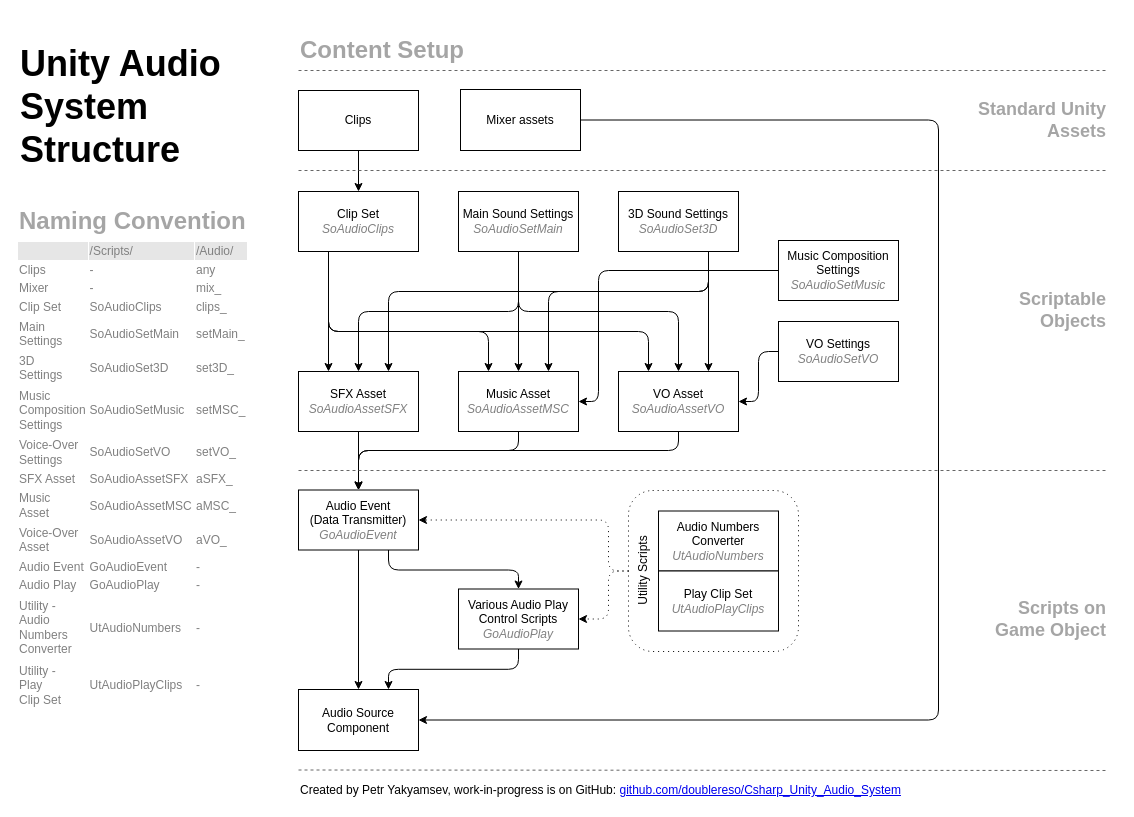
Above: Unity_Audio_System_diagram.drawio in doublereso/Csharp_Unity_Audio_System (draw.io), before the change. Source tidied: cells renumbered, new cells numbered last; positions are measured from the earlier drawing's top-left corner, leaving out a move shared by most shapes. Both pictures are drawn from the tidied source at 100%, with x=0, y=0 at pixel (17, 30).
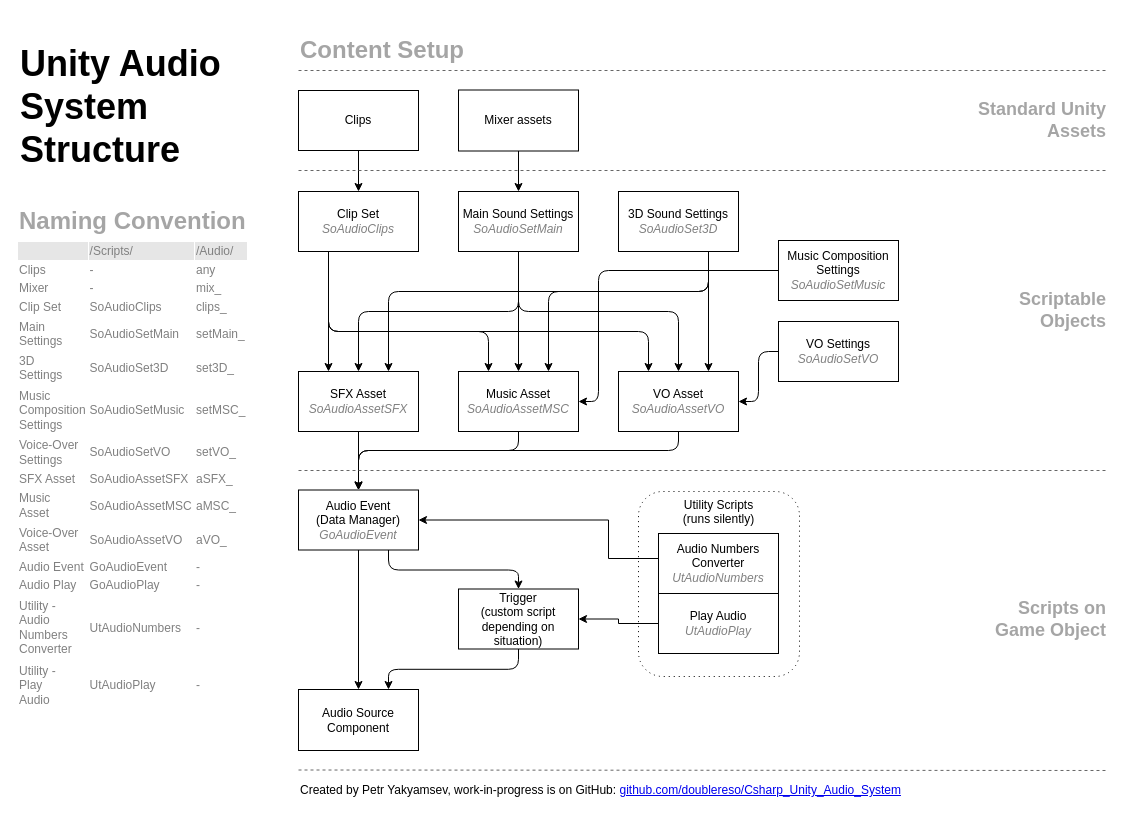
The same page after the edit.

Unchanged cells that the change refers to:
```xml
<mxCell id="20" value="Main&amp;nbsp;Sound Settings&lt;br&gt;&lt;span style=&quot;color: rgb(128 , 128 , 128) ; text-align: left ; white-space: nowrap&quot;&gt;&lt;i&gt;SoAudioSetMain&lt;/i&gt;&lt;/span&gt;" style="rounded=0;whiteSpace=wrap;html=1;" parent="1" vertex="1">
  <mxGeometry x="441" y="161" width="120" height="60" as="geometry" />
</mxCell>
<mxCell id="28" value="Audio Source Component" style="rounded=0;whiteSpace=wrap;html=1;" parent="1" vertex="1">
  <mxGeometry x="281" y="659" width="120" height="61" as="geometry" />
</mxCell>
```

Change to the diagram source:
```diff
@@
-    <mxCell id="2" value="Utility Scripts" style="rounded=1;whiteSpace=wrap;html=1;dashed=1;dashPattern=1 4;align=center;verticalAlign=top;horizontal=0;perimeterSpacing=0;" parent="1" vertex="1">
-      <mxGeometry x="611" y="460" width="170" height="161" as="geometry" />
+    <mxCell id="2" value="Utility Scripts&lt;br&gt;(runs silently)" style="rounded=1;whiteSpace=wrap;html=1;dashed=1;dashPattern=1 4;align=center;verticalAlign=top;horizontal=0;perimeterSpacing=0;rotation=90;" parent="1" vertex="1">
+      <mxGeometry x="609" y="473" width="185" height="161" as="geometry" />
     </mxCell>
@@
-    <mxCell id="29" style="edgeStyle=orthogonalEdgeStyle;rounded=1;jettySize=auto;html=1;exitX=1;exitY=0.5;exitDx=0;exitDy=0;entryX=1;entryY=0.5;entryDx=0;entryDy=0;" parent="1" edge="1" source="30" target="28">
-      <mxGeometry relative="1" as="geometry">
-        <Array as="points">
-          <mxPoint x="921" y="90" />
-          <mxPoint x="921" y="690" />
-        </Array>
-      </mxGeometry>
-    </mxCell>
     <mxCell id="30" value="Mixer assets" style="rounded=0;whiteSpace=wrap;html=1;" parent="1" vertex="1">
-      <mxGeometry x="443" y="59" width="120" height="61" as="geometry" />
+      <mxGeometry x="441" y="59.5" width="120" height="61" as="geometry" />
     </mxCell>
@@
-    <mxCell id="38" value="Various Audio Play Control Scripts&lt;br&gt;&lt;span style=&quot;color: rgb(128 , 128 , 128) ; text-align: left ; white-space: nowrap&quot;&gt;&lt;i&gt;GoAudioPlay&lt;/i&gt;&lt;/span&gt;" style="rounded=0;whiteSpace=wrap;html=1;" parent="1" vertex="1">
+    <mxCell id="38" value="Trigger&lt;br&gt;(custom script depending on situation)" style="rounded=0;whiteSpace=wrap;html=1;" parent="1" vertex="1">
       <mxGeometry x="441" y="558.5" width="120" height="60" as="geometry" />
     </mxCell>
@@
-    <mxCell id="43" value="Audio Event&lt;br&gt;(Data Transmitter)&lt;br&gt;&lt;span style=&quot;color: rgb(128 , 128 , 128) ; text-align: left ; white-space: nowrap&quot;&gt;&lt;i&gt;GoAudioEvent&lt;/i&gt;&lt;/span&gt;" style="rounded=0;whiteSpace=wrap;html=1;" parent="1" vertex="1">
+    <mxCell id="43" value="Audio Event&lt;br&gt;(Data Manager)&lt;br&gt;&lt;span style=&quot;color: rgb(128 , 128 , 128) ; text-align: left ; white-space: nowrap&quot;&gt;&lt;i&gt;GoAudioEvent&lt;/i&gt;&lt;/span&gt;" style="rounded=0;whiteSpace=wrap;html=1;" parent="1" vertex="1">
       <mxGeometry x="281" y="459.5" width="120" height="60" as="geometry" />
     </mxCell>
@@
+    <mxCell id="52" style="edgeStyle=orthogonalEdgeStyle;rounded=0;jettySize=auto;html=1;exitX=0;exitY=0.5;exitDx=0;exitDy=0;entryX=1;entryY=0.5;entryDx=0;entryDy=0;" parent="1" edge="1" source="45" target="43">
+      <mxGeometry relative="1" as="geometry">
+        <Array as="points">
+          <mxPoint x="591" y="528" />
+          <mxPoint x="591" y="489" />
+        </Array>
+      </mxGeometry>
+    </mxCell>
     <mxCell id="45" value="Audio Numbers Converter&lt;br&gt;&lt;span style=&quot;color: rgb(128 , 128 , 128) ; text-align: left ; white-space: nowrap&quot;&gt;&lt;i&gt;UtAudioNumbers&lt;/i&gt;&lt;/span&gt;" style="rounded=0;whiteSpace=wrap;html=1;" parent="1" vertex="1">
-      <mxGeometry x="641" y="480.5" width="120" height="60" as="geometry" />
+      <mxGeometry x="641" y="503" width="120" height="60" as="geometry" />
     </mxCell>
+    <mxCell id="53" style="edgeStyle=orthogonalEdgeStyle;rounded=0;jettySize=auto;html=1;exitX=0;exitY=0.5;exitDx=0;exitDy=0;entryX=1;entryY=0.5;entryDx=0;entryDy=0;" parent="1" edge="1" source="46" target="38">
+      <mxGeometry relative="1" as="geometry" />
+    </mxCell>
-    <mxCell id="46" value="Play Clip Set&lt;br&gt;&lt;span style=&quot;color: rgb(128 , 128 , 128) ; text-align: left ; white-space: nowrap&quot;&gt;&lt;i&gt;UtAudioPlayClips&lt;/i&gt;&lt;/span&gt;" style="rounded=0;whiteSpace=wrap;html=1;" parent="1" vertex="1">
-      <mxGeometry x="641" y="540.5" width="120" height="60" as="geometry" />
+    <mxCell id="46" value="Play Audio&lt;br&gt;&lt;span style=&quot;color: rgb(128 , 128 , 128) ; text-align: left ; white-space: nowrap&quot;&gt;&lt;i&gt;UtAudioPlay&lt;/i&gt;&lt;/span&gt;" style="rounded=0;whiteSpace=wrap;html=1;" parent="1" vertex="1">
+      <mxGeometry x="641" y="563" width="120" height="60" as="geometry" />
     </mxCell>
-    <mxCell id="47" style="edgeStyle=orthogonalEdgeStyle;rounded=1;jettySize=auto;html=1;exitX=0;exitY=0.5;exitDx=0;exitDy=0;entryX=1;entryY=0.5;entryDx=0;entryDy=0;dashed=1;dashPattern=1 4;" parent="1" edge="1" source="2" target="43">
-      <mxGeometry relative="1" as="geometry">
-        <Array as="points">
-          <mxPoint x="591" y="540" />
-          <mxPoint x="591" y="490" />
-        </Array>
-      </mxGeometry>
-    </mxCell>
-    <mxCell id="48" style="edgeStyle=orthogonalEdgeStyle;rounded=1;jettySize=auto;html=1;exitX=0;exitY=0.5;exitDx=0;exitDy=0;entryX=1;entryY=0.5;entryDx=0;entryDy=0;dashed=1;dashPattern=1 4;" parent="1" edge="1" source="2" target="38">
-      <mxGeometry relative="1" as="geometry">
-        <Array as="points">
-          <mxPoint x="591" y="541" />
-          <mxPoint x="591" y="589" />
-        </Array>
-      </mxGeometry>
-    </mxCell>
@@
-    <mxCell id="50" value="&lt;table border=&quot;1&quot; width=&quot;100%&quot; style=&quot;width: 100% ; height: 100% ; border-collapse: collapse ; border: 1px solid rgb(255 , 255 , 255)&quot;&gt;&lt;tbody&gt;&lt;tr&gt;&lt;td style=&quot;background-color: rgb(230 , 230 , 230)&quot;&gt;&lt;/td&gt;&lt;td style=&quot;background-color: rgb(230 , 230 , 230)&quot;&gt;/Scripts/&lt;/td&gt;&lt;td style=&quot;background-color: rgb(230 , 230 , 230)&quot;&gt;/Audio/&lt;/td&gt;&lt;/tr&gt;&lt;tr&gt;&lt;td&gt;Clips&lt;/td&gt;&lt;td&gt;-&lt;/td&gt;&lt;td&gt;any&lt;/td&gt;&lt;/tr&gt;&lt;tr&gt;&lt;td&gt;Mixer&lt;/td&gt;&lt;td&gt;-&lt;/td&gt;&lt;td&gt;mix_&lt;/td&gt;&lt;/tr&gt;&lt;tr&gt;&lt;td&gt;Clip Set&lt;/td&gt;&lt;td&gt;SoAudioClips&lt;/td&gt;&lt;td&gt;clips_&lt;/td&gt;&lt;/tr&gt;&lt;tr&gt;&lt;td&gt;Main&lt;br&gt;Settings&lt;br&gt;&lt;/td&gt;&lt;td&gt;SoAudioSetMain&lt;/td&gt;&lt;td&gt;setMain_&lt;/td&gt;&lt;/tr&gt;&lt;tr&gt;&lt;td&gt;3D&lt;br&gt;Settings&lt;/td&gt;&lt;td&gt;SoAudioSet3D&lt;br&gt;&lt;/td&gt;&lt;td&gt;set3D_&lt;/td&gt;&lt;/tr&gt;&lt;tr&gt;&lt;td&gt;Music&lt;br&gt;Composition&lt;br&gt;Settings&lt;/td&gt;&lt;td&gt;SoAudioSetMusic&lt;br&gt;&lt;/td&gt;&lt;td&gt;setMSC_&lt;/td&gt;&lt;/tr&gt;&lt;tr&gt;&lt;td&gt;Voice-Over&lt;br&gt;Settings&lt;/td&gt;&lt;td&gt;SoAudioSetVO&lt;br&gt;&lt;/td&gt;&lt;td&gt;setVO_&lt;/td&gt;&lt;/tr&gt;&lt;tr&gt;&lt;td&gt;SFX Asset&lt;/td&gt;&lt;td&gt;SoAudioAssetSFX&lt;/td&gt;&lt;td&gt;aSFX_&lt;/td&gt;&lt;/tr&gt;&lt;tr&gt;&lt;td&gt;Music&lt;br&gt;Asset&lt;/td&gt;&lt;td&gt;SoAudioAssetMSC&lt;/td&gt;&lt;td&gt;aMSC_&lt;/td&gt;&lt;/tr&gt;&lt;tr&gt;&lt;td&gt;Voice-Over&lt;br&gt;Asset&lt;/td&gt;&lt;td&gt;SoAudioAssetVO&lt;br&gt;&lt;/td&gt;&lt;td&gt;aVO_&lt;/td&gt;&lt;/tr&gt;&lt;tr&gt;&lt;td&gt;Audio Event&lt;/td&gt;&lt;td&gt;GoAudioEvent&lt;/td&gt;&lt;td&gt;-&lt;/td&gt;&lt;/tr&gt;&lt;tr&gt;&lt;td&gt;Audio Play&lt;/td&gt;&lt;td&gt;GoAudioPlay&lt;/td&gt;&lt;td&gt;-&lt;/td&gt;&lt;/tr&gt;&lt;tr&gt;&lt;td&gt;Utility -&lt;br&gt;Audio&lt;br&gt;Numbers&lt;br&gt;Converter&lt;/td&gt;&lt;td&gt;UtAudioNumbers&lt;/td&gt;&lt;td&gt;-&lt;/td&gt;&lt;/tr&gt;&lt;tr&gt;&lt;td&gt;Utility -&lt;br&gt;Play&lt;br&gt;Clip Set&lt;br&gt;&lt;/td&gt;&lt;td&gt;UtAudioPlayClips&lt;/td&gt;&lt;td&gt;-&lt;/td&gt;&lt;/tr&gt;&lt;/tbody&gt;&lt;/table&gt;" style="text;html=1;strokeColor=none;fillColor=none;overflow=fill;align=left;fontColor=#808080;" parent="1" vertex="1">
+    <mxCell id="50" value="&lt;table border=&quot;1&quot; width=&quot;100%&quot; style=&quot;width: 100% ; height: 100% ; border-collapse: collapse ; border: 1px solid rgb(255 , 255 , 255)&quot;&gt;&lt;tbody&gt;&lt;tr&gt;&lt;td style=&quot;background-color: rgb(230 , 230 , 230)&quot;&gt;&lt;/td&gt;&lt;td style=&quot;background-color: rgb(230 , 230 , 230)&quot;&gt;/Scripts/&lt;/td&gt;&lt;td style=&quot;background-color: rgb(230 , 230 , 230)&quot;&gt;/Audio/&lt;/td&gt;&lt;/tr&gt;&lt;tr&gt;&lt;td&gt;Clips&lt;/td&gt;&lt;td&gt;-&lt;/td&gt;&lt;td&gt;any&lt;/td&gt;&lt;/tr&gt;&lt;tr&gt;&lt;td&gt;Mixer&lt;/td&gt;&lt;td&gt;-&lt;/td&gt;&lt;td&gt;mix_&lt;/td&gt;&lt;/tr&gt;&lt;tr&gt;&lt;td&gt;Clip Set&lt;/td&gt;&lt;td&gt;SoAudioClips&lt;/td&gt;&lt;td&gt;clips_&lt;/td&gt;&lt;/tr&gt;&lt;tr&gt;&lt;td&gt;Main&lt;br&gt;Settings&lt;br&gt;&lt;/td&gt;&lt;td&gt;SoAudioSetMain&lt;/td&gt;&lt;td&gt;setMain_&lt;/td&gt;&lt;/tr&gt;&lt;tr&gt;&lt;td&gt;3D&lt;br&gt;Settings&lt;/td&gt;&lt;td&gt;SoAudioSet3D&lt;br&gt;&lt;/td&gt;&lt;td&gt;set3D_&lt;/td&gt;&lt;/tr&gt;&lt;tr&gt;&lt;td&gt;Music&lt;br&gt;Composition&lt;br&gt;Settings&lt;/td&gt;&lt;td&gt;SoAudioSetMusic&lt;br&gt;&lt;/td&gt;&lt;td&gt;setMSC_&lt;/td&gt;&lt;/tr&gt;&lt;tr&gt;&lt;td&gt;Voice-Over&lt;br&gt;Settings&lt;/td&gt;&lt;td&gt;SoAudioSetVO&lt;br&gt;&lt;/td&gt;&lt;td&gt;setVO_&lt;/td&gt;&lt;/tr&gt;&lt;tr&gt;&lt;td&gt;SFX Asset&lt;/td&gt;&lt;td&gt;SoAudioAssetSFX&lt;/td&gt;&lt;td&gt;aSFX_&lt;/td&gt;&lt;/tr&gt;&lt;tr&gt;&lt;td&gt;Music&lt;br&gt;Asset&lt;/td&gt;&lt;td&gt;SoAudioAssetMSC&lt;/td&gt;&lt;td&gt;aMSC_&lt;/td&gt;&lt;/tr&gt;&lt;tr&gt;&lt;td&gt;Voice-Over&lt;br&gt;Asset&lt;/td&gt;&lt;td&gt;SoAudioAssetVO&lt;br&gt;&lt;/td&gt;&lt;td&gt;aVO_&lt;/td&gt;&lt;/tr&gt;&lt;tr&gt;&lt;td&gt;Audio Event&lt;/td&gt;&lt;td&gt;GoAudioEvent&lt;/td&gt;&lt;td&gt;-&lt;/td&gt;&lt;/tr&gt;&lt;tr&gt;&lt;td&gt;Audio Play&lt;/td&gt;&lt;td&gt;GoAudioPlay&lt;/td&gt;&lt;td&gt;-&lt;/td&gt;&lt;/tr&gt;&lt;tr&gt;&lt;td&gt;Utility -&lt;br&gt;Audio&lt;br&gt;Numbers&lt;br&gt;Converter&lt;/td&gt;&lt;td&gt;UtAudioNumbers&lt;/td&gt;&lt;td&gt;-&lt;/td&gt;&lt;/tr&gt;&lt;tr&gt;&lt;td&gt;Utility -&lt;br&gt;Play&lt;br&gt;Audio&lt;br&gt;&lt;/td&gt;&lt;td&gt;UtAudioPlay&lt;/td&gt;&lt;td&gt;-&lt;/td&gt;&lt;/tr&gt;&lt;/tbody&gt;&lt;/table&gt;" style="text;html=1;strokeColor=none;fillColor=none;overflow=fill;align=left;fontColor=#808080;" parent="1" vertex="1">
       <mxGeometry y="211" width="231" height="470" as="geometry" />
     </mxCell>
@@
+    <mxCell id="54" style="endArrow=classic;html=1;exitX=0.5;exitY=1;exitDx=0;exitDy=0;entryX=0.5;entryY=0;entryDx=0;entryDy=0;" parent="1" edge="1" source="30" target="20">
+      <mxGeometry relative="1" as="geometry" />
+    </mxCell>
```
